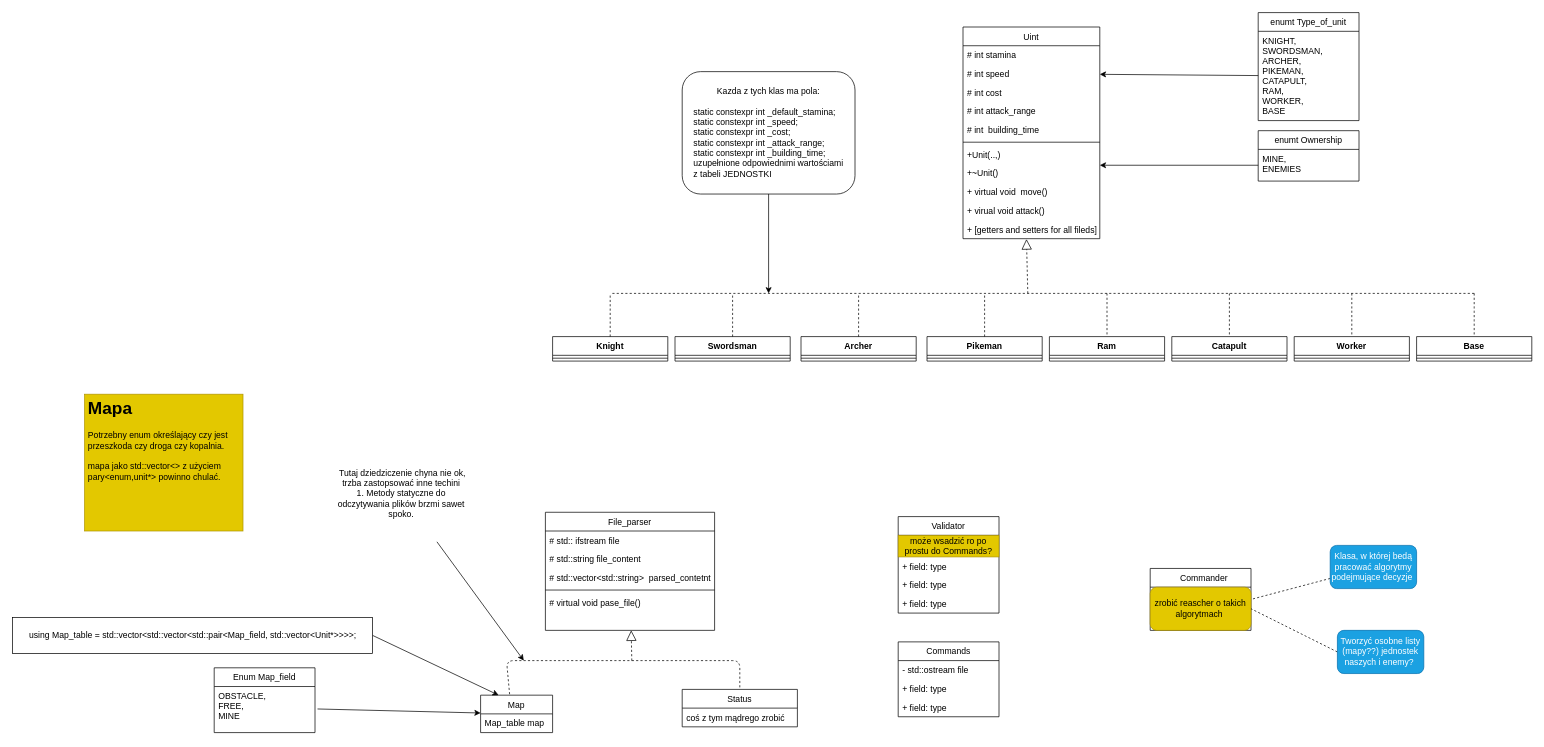
Before: diagram/diagram.drawio in PartyKusZ/board_game, a draw.io diagram. Source tidied: cells renumbered, new cells numbered last; positions are measured from the earlier drawing's top-left corner, leaving out a move shared by most shapes. Both pictures are drawn from the tidied source at 72%, with x=0, y=0 at pixel (12, 12).
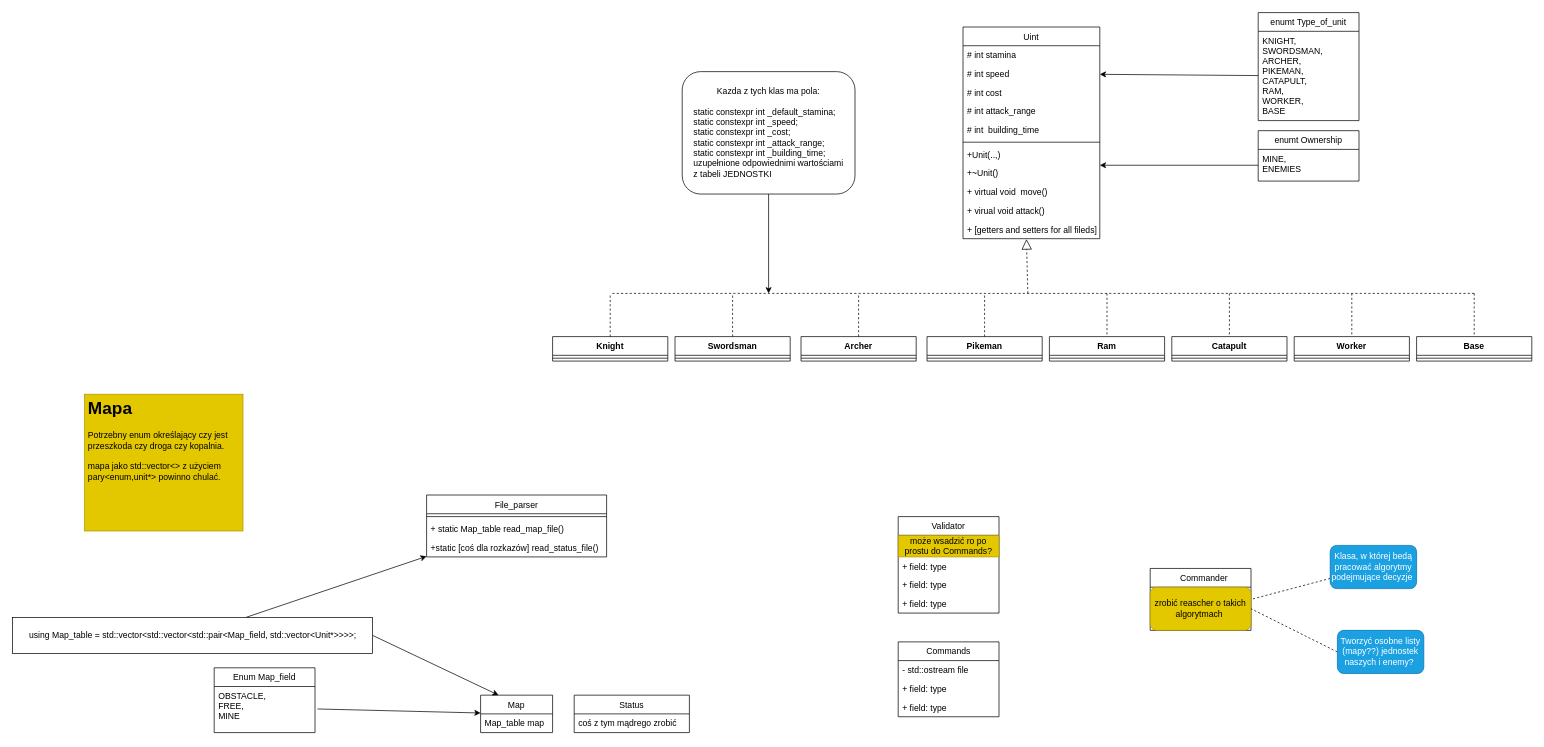
Above is the later version.

Commit message (it also covers changes not shown here):
Dodanie klasy File_parser zawierającej metody pozwalające odczytywanie i parsowanie plików mapa i status. Stworzenie metody statycznej read_map_file do odczytywania mapy, rozpoczęcię testów

Unchanged cells that the change refers to:
```xml
<mxCell id="30" value="Map" style="swimlane;fontStyle=0;horizontal=1;startSize=26;fillColor=none;strokeColor=default;" parent="1" vertex="1">
  <mxGeometry x="650" y="948" width="100" height="52" as="geometry" />
</mxCell>
<mxCell id="86" value="using Map_table = std::vector&amp;lt;std::vector&amp;lt;std::pair&amp;lt;Map_field, std::vector&amp;lt;Unit*&amp;gt;&amp;gt;&amp;gt;&amp;gt;;" style="html=1;" parent="1" vertex="1">
  <mxGeometry y="840" width="500" height="50" as="geometry" />
</mxCell>
```

Change to the diagram source:
```diff
@@
     <mxCell id="32" value="Status" style="swimlane;fontStyle=0;horizontal=1;startSize=26;fillColor=none;strokeColor=default;" parent="1" vertex="1">
-      <mxGeometry x="930" y="940" width="160" height="52" as="geometry" />
+      <mxGeometry x="780" y="948" width="160" height="52" as="geometry" />
     </mxCell>
@@
     <mxCell id="38" value="File_parser" style="swimlane;fontStyle=0;horizontal=1;startSize=26;fillColor=none;strokeColor=default;" parent="1" vertex="1">
-      <mxGeometry x="740" y="694" width="235" height="164" as="geometry" />
+      <mxGeometry x="575" y="670" width="250" height="86" as="geometry" />
     </mxCell>
-    <mxCell id="39" value="# std:: ifstream file" style="text;strokeColor=none;fillColor=none;align=left;verticalAlign=top;spacingLeft=4;spacingRight=4;overflow=hidden;" parent="38" vertex="1">
-      <mxGeometry y="26" width="235" height="26" as="geometry" />
-    </mxCell>
-    <mxCell id="40" value="# std::string file_content" style="text;strokeColor=none;fillColor=none;align=left;verticalAlign=top;spacingLeft=4;spacingRight=4;overflow=hidden;" parent="38" vertex="1">
-      <mxGeometry y="52" width="235" height="26" as="geometry" />
-    </mxCell>
-    <mxCell id="41" value="# std::vector&lt;std::string&gt;  parsed_contetnt" style="text;strokeColor=none;fillColor=none;align=left;verticalAlign=top;spacingLeft=4;spacingRight=4;overflow=hidden;" parent="38" vertex="1">
-      <mxGeometry y="78" width="235" height="26" as="geometry" />
-    </mxCell>
     <mxCell id="42" style="line;strokeWidth=1;fillColor=none;align=left;verticalAlign=middle;spacingTop=-1;spacingLeft=3;spacingRight=3;labelPosition=right;strokeColor=inherit;" parent="38" vertex="1">
-      <mxGeometry y="104" width="235" height="8" as="geometry" />
+      <mxGeometry y="26" width="250" height="8" as="geometry" />
     </mxCell>
-    <mxCell id="43" value="# virtual void pase_file()" style="text;strokeColor=none;fillColor=none;align=left;verticalAlign=top;spacingLeft=4;spacingRight=4;overflow=hidden;" parent="38" vertex="1">
-      <mxGeometry y="112" width="235" height="26" as="geometry" />
-    </mxCell>
-    <mxCell id="44" style="text;strokeColor=none;fillColor=none;align=left;verticalAlign=top;spacingLeft=4;spacingRight=4;overflow=hidden;" parent="38" vertex="1">
-      <mxGeometry y="138" width="235" height="26" as="geometry" />
+    <mxCell id="44" value="+ static Map_table read_map_file()" style="text;strokeColor=none;fillColor=none;align=left;verticalAlign=top;spacingLeft=4;spacingRight=4;overflow=hidden;" parent="38" vertex="1">
+      <mxGeometry y="34" width="250" height="26" as="geometry" />
     </mxCell>
-    <mxCell id="45" style="group;" parent="1" vertex="1">
-      <mxGeometry x="686" y="900" width="324" as="geometry" />
-    </mxCell>
-    <mxCell id="46" style="endArrow=block;dashed=1;endFill=0;endSize=12;html=1;elbow=vertical;" parent="45" edge="1" target="38">
-      <mxGeometry relative="1" as="geometry">
-        <mxPoint x="174" as="sourcePoint" />
-      </mxGeometry>
-    </mxCell>
-    <mxCell id="47" style="edgeStyle=none;jettySize=auto;html=1;dashed=1;endArrow=none;endFill=0;elbow=vertical;exitX=0.403;exitY=-0.025;exitDx=0;exitDy=0;exitPerimeter=0;" parent="45" edge="1" source="30">
-      <mxGeometry relative="1" as="geometry">
-        <mxPoint x="174" as="targetPoint" />
-        <Array as="points">
-          <mxPoint />
-        </Array>
-      </mxGeometry>
-    </mxCell>
-    <mxCell id="48" style="edgeStyle=none;jettySize=auto;html=1;dashed=1;endArrow=none;endFill=0;elbow=vertical;entryX=0.5;entryY=0;entryDx=0;entryDy=0;" parent="45" edge="1" target="32">
-      <mxGeometry relative="1" as="geometry">
-        <mxPoint x="174" as="sourcePoint" />
-        <Array as="points">
-          <mxPoint x="324" />
-        </Array>
-      </mxGeometry>
-    </mxCell>
+    <mxCell id="87" value="+static [coś dla rozkazów] read_status_file()" style="text;strokeColor=none;fillColor=none;align=left;verticalAlign=top;spacingLeft=4;spacingRight=4;overflow=hidden;" parent="38" vertex="1">
+      <mxGeometry y="60" width="250" height="26" as="geometry" />
+    </mxCell>
@@
-    <mxCell id="83" style="edgeStyle=none;html=1;" parent="1" edge="1" source="84">
-      <mxGeometry relative="1" as="geometry">
-        <mxPoint x="710" y="900" as="targetPoint" />
-      </mxGeometry>
-    </mxCell>
-    <mxCell id="84" value="&amp;nbsp;Tutaj dziedziczenie chyna nie ok, trzba zastopsować inne techini&lt;br&gt;1. Metody statyczne do odczytywania plików brzmi sawet spoko.&lt;br&gt;" style="text;html=1;strokeColor=none;fillColor=none;align=center;verticalAlign=middle;whiteSpace=wrap;rounded=0;" parent="1" vertex="1">
-      <mxGeometry x="440" y="600" width="200" height="135" as="geometry" />
-    </mxCell>
@@
+    <mxCell id="88" style="edgeStyle=none;html=1;" parent="1" edge="1" source="86" target="38">
+      <mxGeometry relative="1" as="geometry" />
+    </mxCell>
```
